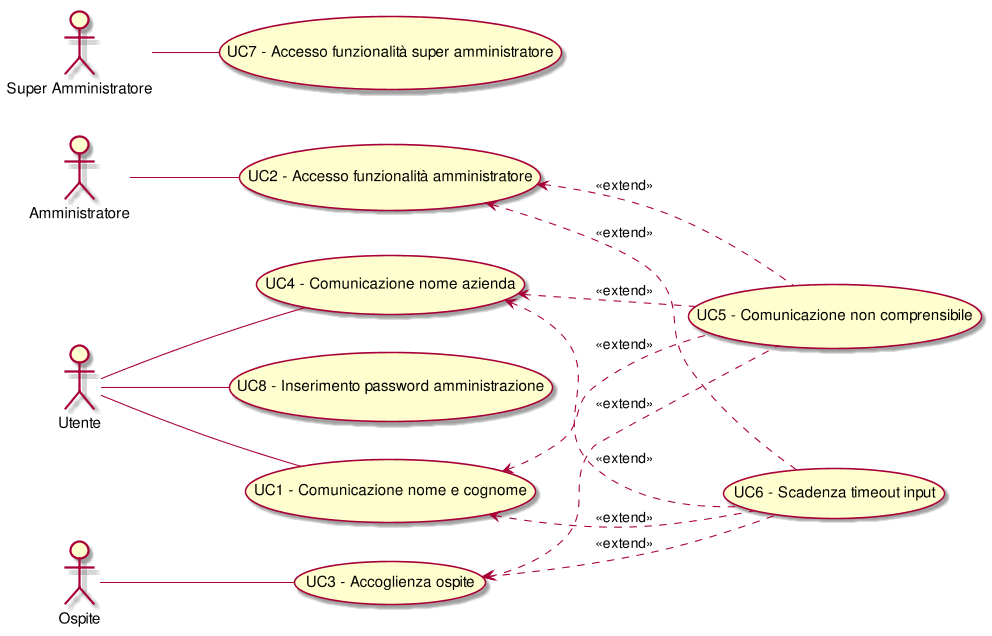
This is RR/Esterni/AnalisiDeiRequisiti/images/UseCase.png from CoCodeSWE/Docs, a PlantUML export, as it was before one commit.
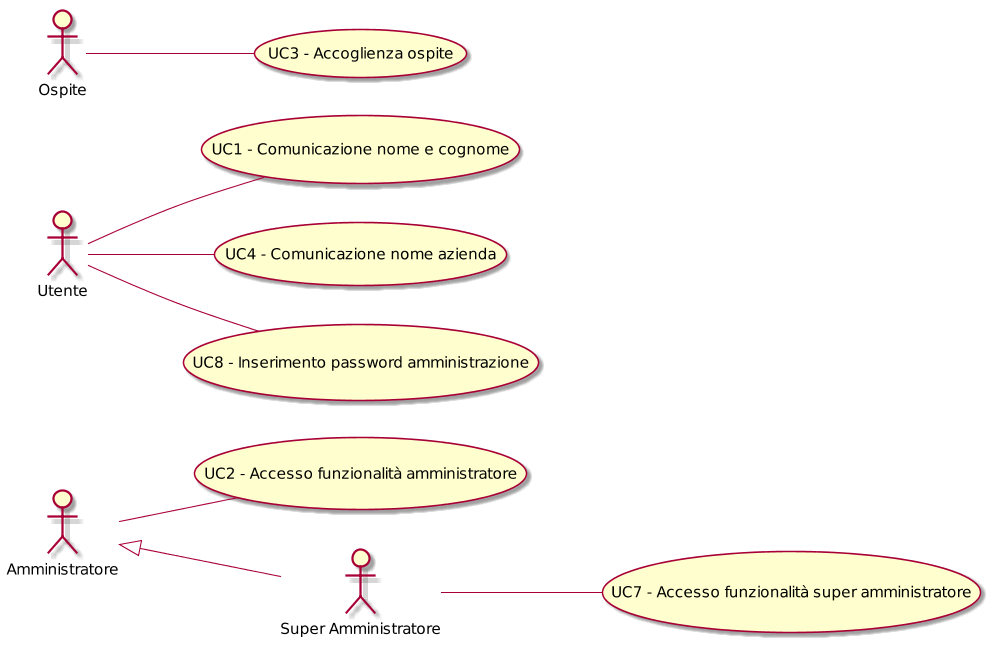
Later version of the same file.

Commit message:
immagine UC0 corretta

Diff of the diagram source:
```diff
@@ -1,14 +1,6 @@
 @startuml
 scale 1000*1000
 left to right direction
-(UC1) <.. (UC5): <<extend>>
-(UC2) <.. (UC5): <<extend>>
-(UC3) <.. (UC5): <<extend>>
-(UC4) <.. (UC5): <<extend>>
-(UC1) <.. (UC6): <<extend>>
-(UC2) <.. (UC6): <<extend>>
-(UC3) <.. (UC6): <<extend>>
-(UC4) <.. (UC6): <<extend>>
 ( UC1 - Comunicazione nome e cognome ) as (UC1)
 :Utente:--(UC1)
 ( UC2 - Accesso funzionalità amministratore ) as (UC2)
@@ -17,14 +9,9 @@
 :Ospite:--(UC3)
 ( UC4 - Comunicazione nome azienda ) as (UC4)
 :Utente:--(UC4)
-( UC5 - Comunicazione non comprensibile ) as (UC5)
-( UC5 - Comunicazione non comprensibile ) as (UC5)
-( UC5 - Comunicazione non comprensibile ) as (UC5)
-( UC6 - Scadenza timeout input ) as (UC6)
-( UC6 - Scadenza timeout input ) as (UC6)
-( UC6 - Scadenza timeout input ) as (UC6)
-( UC7 - Accesso funzionalità super amministratore ) as (UC7)
+( UC7 - Accesso funzionalità super amministratore ) as (UC7)
 :Super Amministratore:--(UC7)
 ( UC8 - Inserimento password amministrazione ) as (UC8)
 :Utente:--(UC8)
+:Super Amministratore:-up-|>:Amministratore:
 @enduml
```
